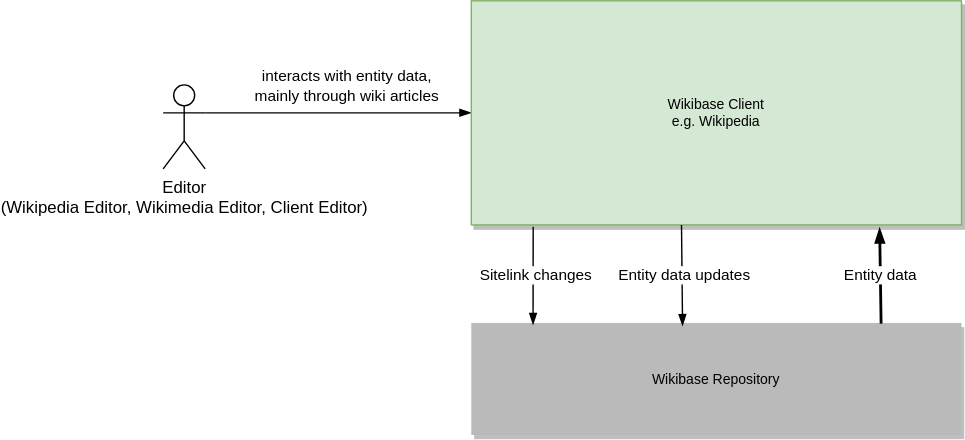
Above: systems/Client/diagrams/03-business-context.drawio.svg in wmde/wikidata-wikibase-architecture (draw.io), before the change. Source tidied: cells renumbered, new cells last; positions are measured from the earlier drawing's top-left corner, leaving out a move shared by most shapes. The source it was exported from:
```xml
<mxGraphModel>
  <root>
    <mxCell id="0" />
    <mxCell id="1" parent="0" />
    <mxCell id="2" value="Wikibase Repo" style="rounded=0;shadow=1;fontSize=10;fontColor=#000000;strokeColor=none;direction=west;fillColor=#BABABA;" parent="1" vertex="1">
      <mxGeometry x="220" y="230" width="350" height="80" as="geometry" />
    </mxCell>
    <mxCell id="3" value="Editor&lt;br&gt;(Wikipedia Editor, Wikimedia Editor, Client Editor)" style="shape=umlActor;verticalLabelPosition=bottom;verticalAlign=top;html=1;outlineConnect=0;" parent="1" vertex="1">
      <mxGeometry y="60" width="30" height="60" as="geometry" />
    </mxCell>
    <mxCell id="4" style="endArrow=blockThin;strokeColor=#000000;fontSize=10;fontColor=#000000;strokeWidth=1;endFill=1;entryX=1;entryY=0.5;entryDx=0;entryDy=0;exitX=1;exitY=0.3333333333333333;exitDx=0;exitDy=0;exitPerimeter=0;" parent="1" edge="1" source="3" target="6">
      <mxGeometry relative="1" as="geometry" />
    </mxCell>
    <mxCell id="5" value="interacts with&amp;nbsp;entity data,&lt;br&gt;mainly through wiki articles" style="edgeLabel;html=1;align=center;verticalAlign=middle;" parent="4" vertex="1">
      <mxGeometry x="0.24" y="-1" relative="1" as="geometry">
        <mxPoint x="-17.5" y="-21" as="offset" />
      </mxGeometry>
    </mxCell>
    <mxCell id="6" value="Wikibase Client System&#10;e.g. Wikipedia" style="rounded=0;shadow=1;fontSize=10;strokeColor=#82b366;direction=west;fillColor=#d5e8d4;" parent="1" vertex="1">
      <mxGeometry x="220" width="350" height="160" as="geometry" />
    </mxCell>
    <mxCell id="7" style="rounded=0;jettySize=auto;html=1;endArrow=blockThin;endFill=1;exitX=0.491;exitY=1.044;exitDx=0;exitDy=0;exitPerimeter=0;entryX=0.874;entryY=0.983;entryDx=0;entryDy=0;entryPerimeter=0;" parent="1" edge="1" target="2">
      <mxGeometry relative="1" as="geometry">
        <mxPoint x="264.2" y="161.3" as="sourcePoint" />
      </mxGeometry>
    </mxCell>
    <mxCell id="8" value="Sitelink changes" style="edgeLabel;html=1;align=center;verticalAlign=middle;" parent="7" vertex="1">
      <mxGeometry x="0.2" relative="1" as="geometry">
        <mxPoint x="1.2" y="-8" as="offset" />
      </mxGeometry>
    </mxCell>
    <mxCell id="9" style="rounded=0;jettySize=auto;html=1;entryX=0.164;entryY=0.994;entryDx=0;entryDy=0;endArrow=none;endFill=0;startArrow=blockThin;startFill=1;strokeWidth=2;entryPerimeter=0;exitX=0.167;exitY=-0.014;exitDx=0;exitDy=0;exitPerimeter=0;" parent="1" edge="1" source="6" target="2">
      <mxGeometry relative="1" as="geometry" />
    </mxCell>
    <mxCell id="10" value="Entity data" style="edgeLabel;html=1;align=center;verticalAlign=middle;" parent="9" vertex="1">
      <mxGeometry x="0.14" y="-1" relative="1" as="geometry">
        <mxPoint x="0.8" y="-5.8" as="offset" />
      </mxGeometry>
    </mxCell>
    <mxCell id="11" style="rounded=0;jettySize=auto;html=1;endArrow=blockThin;endFill=1;exitX=0.491;exitY=1.044;exitDx=0;exitDy=0;exitPerimeter=0;entryX=0.569;entryY=0.973;entryDx=0;entryDy=0;entryPerimeter=0;" parent="1" edge="1" target="2">
      <mxGeometry relative="1" as="geometry">
        <mxPoint x="370.1" y="160" as="sourcePoint" />
      </mxGeometry>
    </mxCell>
    <mxCell id="12" value="Entity data updates" style="edgeLabel;html=1;align=center;verticalAlign=middle;" parent="11" vertex="1">
      <mxGeometry x="0.2" relative="1" as="geometry">
        <mxPoint x="1.2" y="-8" as="offset" />
      </mxGeometry>
    </mxCell>
  </root>
</mxGraphModel>
```
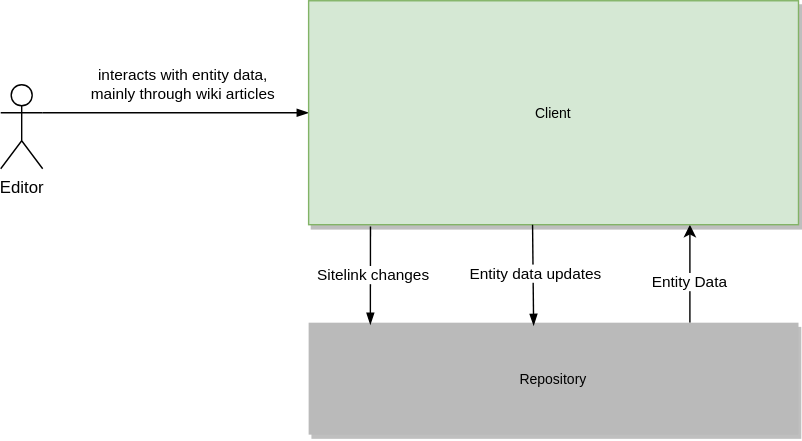
Later version of the same file.

Commit message:
Give technical context a good second bash

The edit, as a diff of the source:
```diff
@@ -2,10 +2,21 @@
   <root>
     <mxCell id="0" />
     <mxCell id="1" parent="0" />
+    <mxCell id="13" style="edgeStyle=orthogonalEdgeStyle;rounded=0;orthogonalLoop=1;jettySize=auto;html=1;exitX=0.25;exitY=1;exitDx=0;exitDy=0;entryX=0.25;entryY=0;entryDx=0;entryDy=0;" parent="1" edge="1">
+      <mxGeometry relative="1" as="geometry">
+        <mxPoint x="492.4" y="230" as="sourcePoint" />
+        <mxPoint x="492.4" y="160" as="targetPoint" />
+      </mxGeometry>
+    </mxCell>
+    <mxCell id="14" value="Entity Data" style="edgeLabel;html=1;align=center;verticalAlign=middle;" parent="13" vertex="1">
+      <mxGeometry x="0.19" y="1" relative="1" as="geometry">
+        <mxPoint y="12" as="offset" />
+      </mxGeometry>
+    </mxCell>
-    <mxCell id="2" value="Wikibase Repo" style="rounded=0;shadow=1;fontSize=10;fontColor=#000000;strokeColor=none;direction=west;fillColor=#BABABA;" parent="1" vertex="1">
+    <mxCell id="2" value="Repository" style="rounded=0;shadow=1;fontSize=10;fontColor=#000000;strokeColor=none;direction=west;fillColor=#BABABA;" parent="1" vertex="1">
       <mxGeometry x="220" y="230" width="350" height="80" as="geometry" />
     </mxCell>
-    <mxCell id="3" value="Editor&lt;br&gt;(Wikipedia Editor, Wikimedia Editor, Client Editor)" style="shape=umlActor;verticalLabelPosition=bottom;verticalAlign=top;html=1;outlineConnect=0;" parent="1" vertex="1">
+    <mxCell id="3" value="Editor" style="shape=umlActor;verticalLabelPosition=bottom;verticalAlign=top;html=1;outlineConnect=0;" parent="1" vertex="1">
       <mxGeometry y="60" width="30" height="60" as="geometry" />
     </mxCell>
     <mxCell id="4" style="endArrow=blockThin;strokeColor=#000000;fontSize=10;fontColor=#000000;strokeWidth=1;endFill=1;entryX=1;entryY=0.5;entryDx=0;entryDy=0;exitX=1;exitY=0.3333333333333333;exitDx=0;exitDy=0;exitPerimeter=0;" parent="1" edge="1" source="3" target="6">
@@ -16,7 +27,7 @@
         <mxPoint x="-17.5" y="-21" as="offset" />
       </mxGeometry>
     </mxCell>
-    <mxCell id="6" value="Wikibase Client System&#10;e.g. Wikipedia" style="rounded=0;shadow=1;fontSize=10;strokeColor=#82b366;direction=west;fillColor=#d5e8d4;" parent="1" vertex="1">
+    <mxCell id="6" value="Client" style="rounded=0;shadow=1;fontSize=10;strokeColor=#82b366;direction=west;fillColor=#d5e8d4;" parent="1" vertex="1">
       <mxGeometry x="220" width="350" height="160" as="geometry" />
     </mxCell>
     <mxCell id="7" style="rounded=0;jettySize=auto;html=1;endArrow=blockThin;endFill=1;exitX=0.491;exitY=1.044;exitDx=0;exitDy=0;exitPerimeter=0;entryX=0.874;entryY=0.983;entryDx=0;entryDy=0;entryPerimeter=0;" parent="1" edge="1" target="2">
@@ -29,17 +40,10 @@
         <mxPoint x="1.2" y="-8" as="offset" />
       </mxGeometry>
     </mxCell>
-    <mxCell id="9" style="rounded=0;jettySize=auto;html=1;entryX=0.164;entryY=0.994;entryDx=0;entryDy=0;endArrow=none;endFill=0;startArrow=blockThin;startFill=1;strokeWidth=2;entryPerimeter=0;exitX=0.167;exitY=-0.014;exitDx=0;exitDy=0;exitPerimeter=0;" parent="1" edge="1" source="6" target="2">
-      <mxGeometry relative="1" as="geometry" />
-    </mxCell>
-    <mxCell id="10" value="Entity data" style="edgeLabel;html=1;align=center;verticalAlign=middle;" parent="9" vertex="1">
-      <mxGeometry x="0.14" y="-1" relative="1" as="geometry">
-        <mxPoint x="0.8" y="-5.8" as="offset" />
-      </mxGeometry>
-    </mxCell>
-    <mxCell id="11" style="rounded=0;jettySize=auto;html=1;endArrow=blockThin;endFill=1;exitX=0.491;exitY=1.044;exitDx=0;exitDy=0;exitPerimeter=0;entryX=0.569;entryY=0.973;entryDx=0;entryDy=0;entryPerimeter=0;" parent="1" edge="1" target="2">
+    <mxCell id="11" style="rounded=0;orthogonalLoop=1;jettySize=auto;html=1;endArrow=blockThin;endFill=1;exitX=0.491;exitY=1.044;exitDx=0;exitDy=0;exitPerimeter=0;entryX=0.569;entryY=0.973;entryDx=0;entryDy=0;entryPerimeter=0;" parent="1" edge="1">
       <mxGeometry relative="1" as="geometry">
-        <mxPoint x="370.1" y="160" as="sourcePoint" />
+        <mxPoint x="380" y="160" as="sourcePoint" />
+        <mxPoint x="380.8" y="232.2" as="targetPoint" />
       </mxGeometry>
     </mxCell>
     <mxCell id="12" value="Entity data updates" style="edgeLabel;html=1;align=center;verticalAlign=middle;" parent="11" vertex="1">
```
